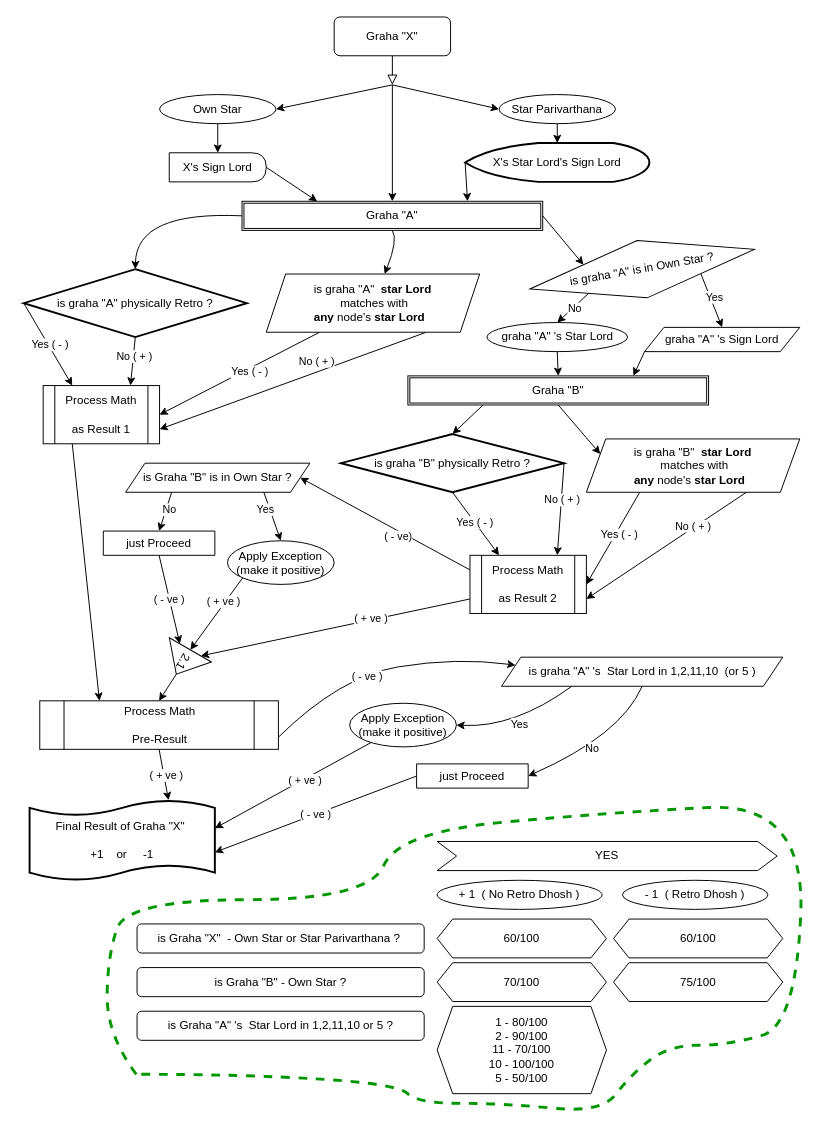
Before: retro/retro-new.drawio in appilivamsikrishna/drawings, a draw.io diagram. Source tidied: cells renumbered, new cells numbered last; positions are measured from the earlier drawing's top-left corner, leaving out a move shared by most shapes. Both pictures are drawn from the tidied source at 97%, with x=0, y=0 at pixel (23, 16).
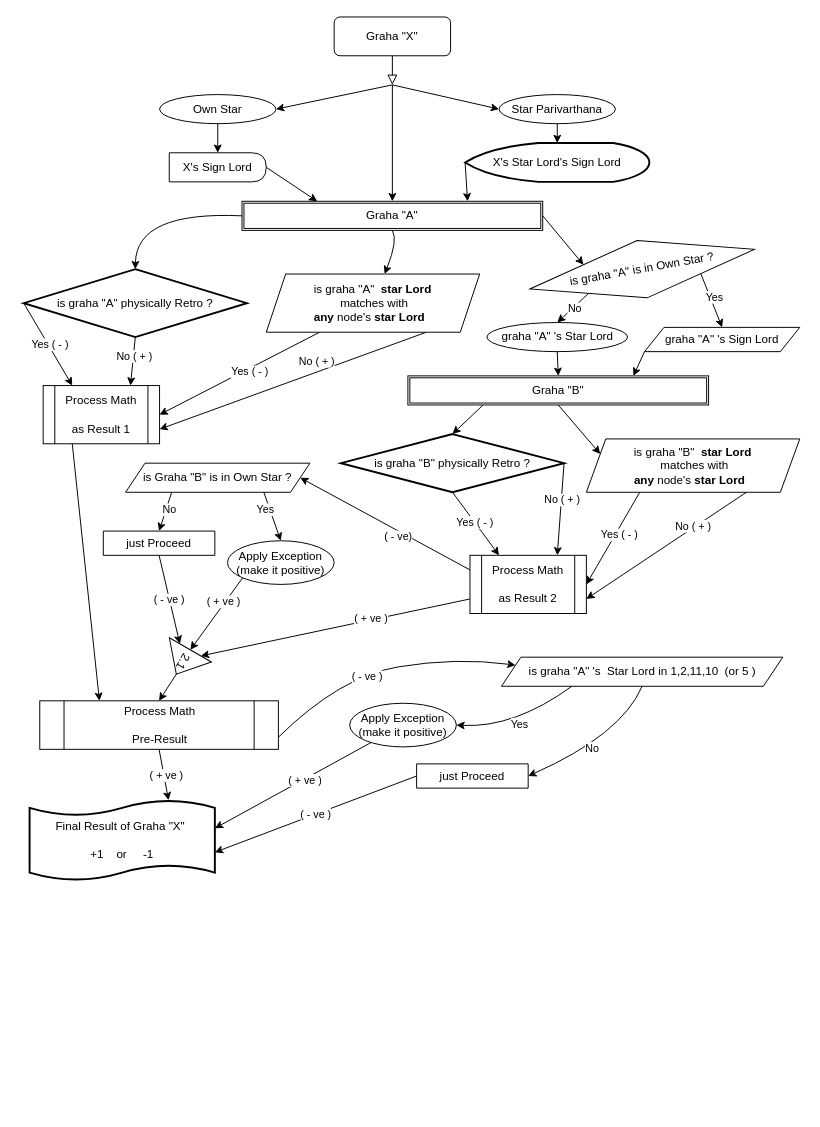
The same diagram, later.

What changed in the source:
```diff
@@
-    <mxCell id="81" value="is Graha &quot;X&quot;&amp;nbsp; - Own Star or Star Parivarthana ?&amp;nbsp;" style="rounded=1;whiteSpace=wrap;html=1;" parent="1" vertex="1">
-      <mxGeometry x="116.8" y="935" width="296" height="30" as="geometry" />
-    </mxCell>
-    <mxCell id="82" value="is Graha &quot;B&quot; - Own Star ?" style="rounded=1;whiteSpace=wrap;html=1;" parent="1" vertex="1">
-      <mxGeometry x="116.8" y="980" width="296" height="30" as="geometry" />
-    </mxCell>
-    <mxCell id="83" value="is Graha &quot;A&quot; 's&amp;nbsp; Star Lord in 1,2,11,10 or 5 ?" style="rounded=1;whiteSpace=wrap;html=1;" parent="1" vertex="1">
-      <mxGeometry x="116.8" y="1025" width="296" height="30" as="geometry" />
-    </mxCell>
-    <mxCell id="84" value="+ 1&amp;nbsp; ( No Retro Dhosh )" style="ellipse;whiteSpace=wrap;html=1;" parent="1" vertex="1">
-      <mxGeometry x="426.2" y="890" width="170" height="30" as="geometry" />
-    </mxCell>
-    <mxCell id="85" value="- 1&amp;nbsp; ( Retro Dhosh )" style="ellipse;whiteSpace=wrap;html=1;" parent="1" vertex="1">
-      <mxGeometry x="617.2" y="890" width="150" height="30" as="geometry" />
-    </mxCell>
-    <mxCell id="86" value="60/100" style="shape=hexagon;perimeter=hexagonPerimeter2;whiteSpace=wrap;html=1;fixedSize=1;size=16;" parent="1" vertex="1">
-      <mxGeometry x="426.2" y="930" width="174.5" height="40" as="geometry" />
-    </mxCell>
-    <mxCell id="87" value="60/100" style="shape=hexagon;perimeter=hexagonPerimeter2;whiteSpace=wrap;html=1;fixedSize=1;size=16;" parent="1" vertex="1">
-      <mxGeometry x="608" y="930" width="174.5" height="40" as="geometry" />
-    </mxCell>
-    <mxCell id="88" value="70/100" style="shape=hexagon;perimeter=hexagonPerimeter2;whiteSpace=wrap;html=1;fixedSize=1;size=16;" parent="1" vertex="1">
-      <mxGeometry x="426.2" y="975" width="174.5" height="40" as="geometry" />
-    </mxCell>
-    <mxCell id="89" value="75/100" style="shape=hexagon;perimeter=hexagonPerimeter2;whiteSpace=wrap;html=1;fixedSize=1;size=16;" parent="1" vertex="1">
-      <mxGeometry x="608" y="975" width="174.5" height="40" as="geometry" />
-    </mxCell>
-    <mxCell id="90" value="1 - 80/100&lt;div&gt;2&lt;span style=&quot;background-color: initial;&quot;&gt;&amp;nbsp;&lt;/span&gt;&lt;span style=&quot;background-color: initial;&quot;&gt;- 90/100&lt;/span&gt;&lt;/div&gt;&lt;div&gt;11&lt;span style=&quot;background-color: initial;&quot;&gt;&amp;nbsp;&lt;/span&gt;&lt;span style=&quot;background-color: initial;&quot;&gt;- 70/100&lt;/span&gt;&lt;/div&gt;&lt;div&gt;10&lt;span style=&quot;background-color: initial;&quot;&gt;&amp;nbsp;&lt;/span&gt;&lt;span style=&quot;background-color: initial;&quot;&gt;- 100/100&lt;/span&gt;&lt;/div&gt;&lt;div&gt;5&lt;span style=&quot;background-color: initial;&quot;&gt;&amp;nbsp;&lt;/span&gt;&lt;span style=&quot;background-color: initial;&quot;&gt;- 50/100&lt;/span&gt;&lt;/div&gt;" style="shape=hexagon;perimeter=hexagonPerimeter2;whiteSpace=wrap;html=1;fixedSize=1;size=16;" parent="1" vertex="1">
-      <mxGeometry x="426.2" y="1020" width="174.5" height="90" as="geometry" />
-    </mxCell>
-    <mxCell id="91" value="YES" style="shape=step;perimeter=stepPerimeter;whiteSpace=wrap;html=1;fixedSize=1;" parent="1" vertex="1">
-      <mxGeometry x="426.2" y="850" width="350.5" height="30" as="geometry" />
-    </mxCell>
-    <mxCell id="92" style="endArrow=none;html=1;rounded=0;strokeColor=#009600;curved=1;strokeWidth=3;shadow=0;flowAnimation=0;dashed=1;" parent="1" edge="1">
-      <mxGeometry relative="1" as="geometry">
-        <mxPoint x="116" y="1090" as="sourcePoint" />
-        <mxPoint x="116" y="1090" as="targetPoint" />
-        <Array as="points">
-          <mxPoint x="86" y="1050" />
-          <mxPoint x="86" y="970" />
-          <mxPoint x="106" y="910" />
-          <mxPoint x="356" y="910" />
-          <mxPoint x="386" y="840" />
-          <mxPoint x="606" y="820" />
-          <mxPoint x="806" y="810" />
-          <mxPoint x="796" y="1040" />
-          <mxPoint x="726" y="1060" />
-          <mxPoint x="666" y="1060" />
-          <mxPoint x="626" y="1090" />
-          <mxPoint x="596" y="1130" />
-          <mxPoint x="496" y="1120" />
-          <mxPoint x="406" y="1120" />
-          <mxPoint x="386" y="1100" />
-          <mxPoint x="226" y="1090" />
-        </Array>
-      </mxGeometry>
-    </mxCell>
```
